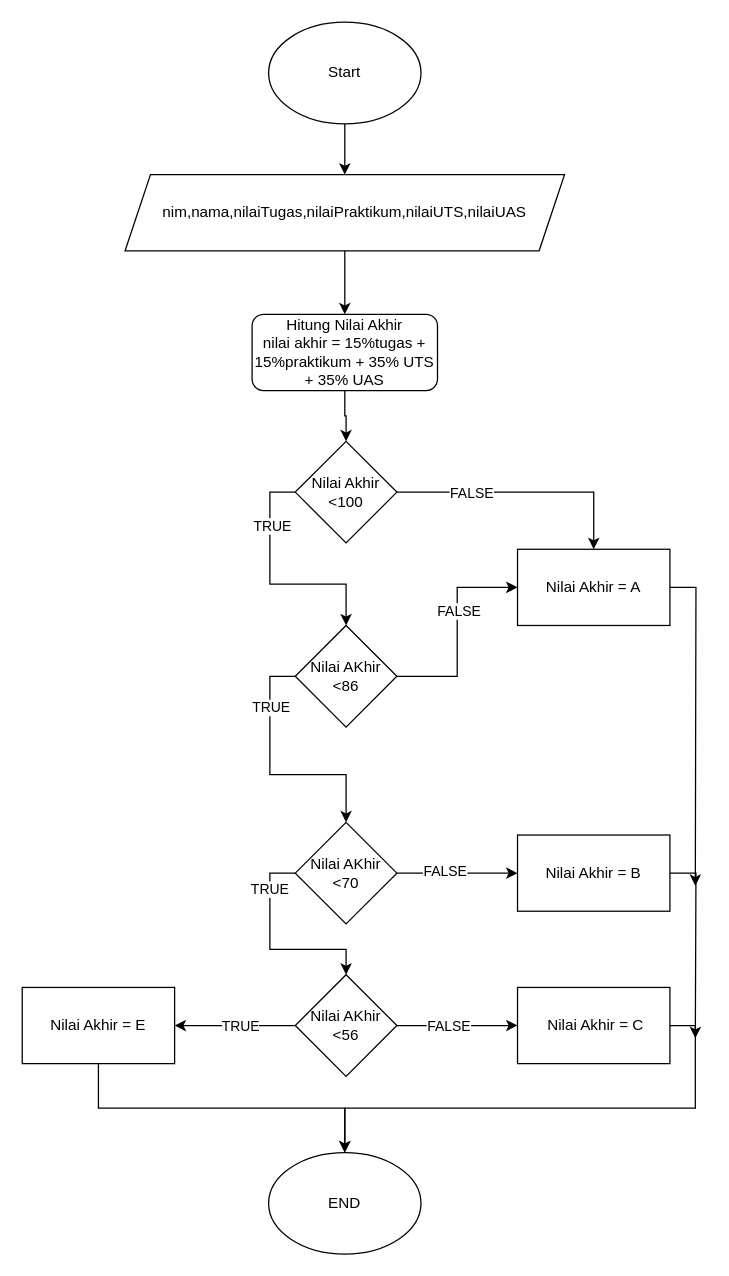
aboutdevz/classic keeps this draw.io diagram as Untitled Diagram.drawio. Above is the earlier version. Source tidied: cells renumbered, new cells numbered last; positions are measured from the earlier drawing's top-left corner, leaving out a move shared by most shapes. Both pictures are drawn from the tidied source at 127%, with x=0, y=0 at pixel (22, 22).
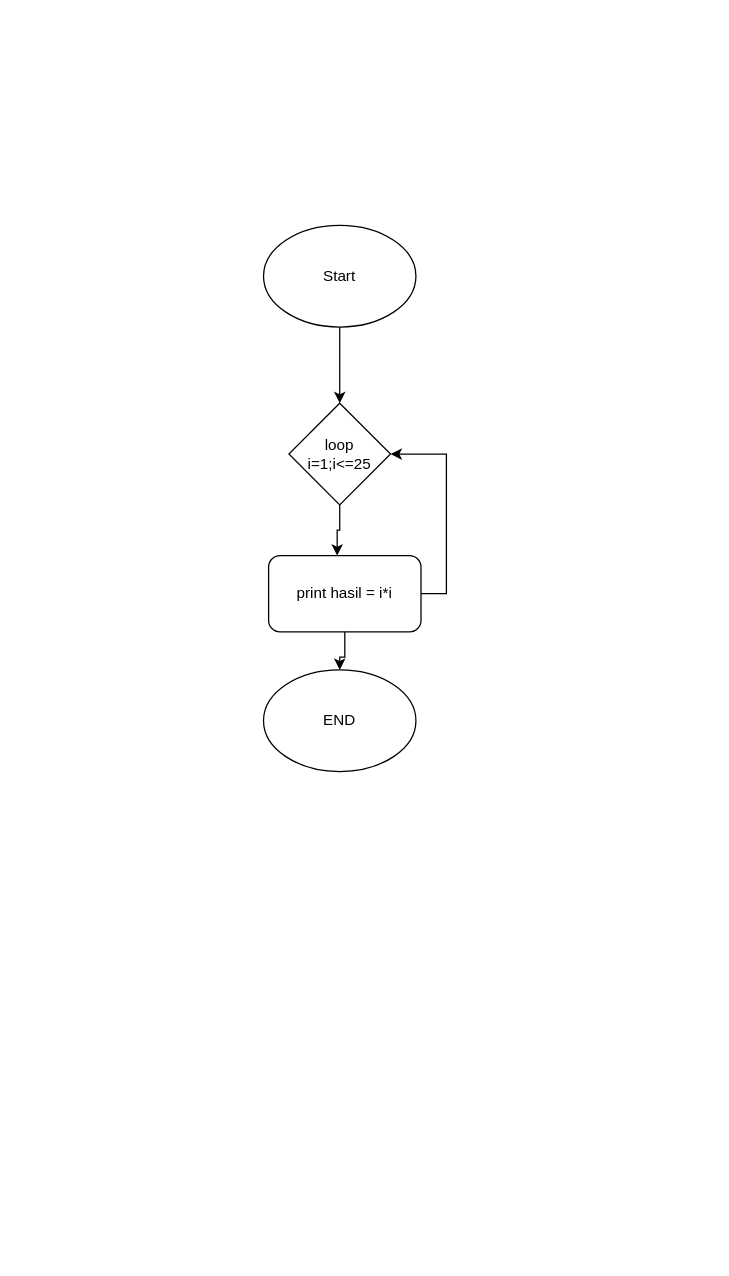
After the change.

The edit, as a diff of the source:
```diff
@@
-    <mxCell id="0" />
-    <mxCell id="1" parent="0" />
-    <mxCell id="2" style="edgeStyle=orthogonalEdgeStyle;rounded=0;jettySize=auto;html=1;exitX=0.5;exitY=1;exitDx=0;exitDy=0;entryX=0.5;entryY=0;entryDx=0;entryDy=0;" parent="1" edge="1" source="3" target="5">
-      <mxGeometry relative="1" as="geometry" />
-    </mxCell>
+    <mxCell id="37" />
+    <mxCell id="38" parent="37" />
+    <mxCell id="39" style="edgeStyle=orthogonalEdgeStyle;rounded=0;jettySize=auto;html=1;exitX=0.5;exitY=1;exitDx=0;exitDy=0;entryX=0.5;entryY=0;entryDx=0;entryDy=0;" parent="38" edge="1" source="3" target="41">
+      <mxGeometry relative="1" as="geometry" />
+    </mxCell>
-    <mxCell id="3" value="Start" style="ellipse;whiteSpace=wrap;html=1;" parent="1" vertex="1">
-      <mxGeometry x="194" width="120" height="80" as="geometry" />
+    <mxCell id="3" value="Start" style="ellipse;whiteSpace=wrap;html=1;" parent="38" vertex="1">
+      <mxGeometry x="190" y="160" width="120" height="80" as="geometry" />
     </mxCell>
-    <mxCell id="4" style="edgeStyle=orthogonalEdgeStyle;rounded=0;jettySize=auto;html=1;exitX=0.5;exitY=1;exitDx=0;exitDy=0;entryX=0.5;entryY=0;entryDx=0;entryDy=0;" parent="1" edge="1" source="5" target="7">
-      <mxGeometry relative="1" as="geometry" />
-    </mxCell>
-    <mxCell id="5" value="nim,nama,nilaiTugas,nilaiPraktikum,nilaiUTS,nilaiUAS" style="shape=parallelogram;perimeter=parallelogramPerimeter;html=1;fixedSize=1;whiteSpace=wrap;" parent="1" vertex="1">
-      <mxGeometry x="81" y="120" width="346" height="60" as="geometry" />
-    </mxCell>
-    <mxCell id="6" style="edgeStyle=orthogonalEdgeStyle;rounded=0;jettySize=auto;html=1;exitX=0.5;exitY=1;exitDx=0;exitDy=0;entryX=0.5;entryY=0;entryDx=0;entryDy=0;" parent="1" edge="1" source="7" target="12">
-      <mxGeometry relative="1" as="geometry" />
-    </mxCell>
-    <mxCell id="7" value="Hitung Nilai Akhir&lt;br&gt;nilai akhir = 15%tugas + 15%praktikum + 35% UTS + 35% UAS" style="rounded=1;whiteSpace=wrap;html=1;" parent="1" vertex="1">
-      <mxGeometry x="181" y="230" width="146" height="60" as="geometry" />
-    </mxCell>
-    <mxCell id="8" style="edgeStyle=orthogonalEdgeStyle;rounded=0;jettySize=auto;html=1;exitX=0;exitY=0.5;exitDx=0;exitDy=0;entryX=0.5;entryY=0;entryDx=0;entryDy=0;" parent="1" edge="1" source="12" target="17">
-      <mxGeometry relative="1" as="geometry" />
-    </mxCell>
-    <mxCell id="9" value="TRUE" style="edgeLabel;html=1;align=center;verticalAlign=middle;" parent="8" vertex="1">
-      <mxGeometry x="-0.5" y="1" relative="1" as="geometry" />
-    </mxCell>
-    <mxCell id="10" style="edgeStyle=orthogonalEdgeStyle;rounded=0;jettySize=auto;html=1;exitX=1;exitY=0.5;exitDx=0;exitDy=0;entryX=0.5;entryY=0;entryDx=0;entryDy=0;" parent="1" edge="1" source="12" target="29">
-      <mxGeometry relative="1" as="geometry" />
-    </mxCell>
-    <mxCell id="11" value="FALSE" style="edgeLabel;html=1;align=center;verticalAlign=middle;" parent="10" vertex="1">
-      <mxGeometry x="-0.42" relative="1" as="geometry" />
-    </mxCell>
-    <mxCell id="12" value="Nilai Akhir &amp;lt;100" style="rhombus;whiteSpace=wrap;html=1;" parent="1" vertex="1">
-      <mxGeometry x="215" y="330" width="80" height="80" as="geometry" />
-    </mxCell>
-    <mxCell id="13" style="edgeStyle=orthogonalEdgeStyle;rounded=0;jettySize=auto;html=1;exitX=0;exitY=0.5;exitDx=0;exitDy=0;entryX=0.5;entryY=0;entryDx=0;entryDy=0;" parent="1" edge="1" source="17" target="27">
-      <mxGeometry relative="1" as="geometry" />
-    </mxCell>
-    <mxCell id="14" value="TRUE" style="edgeLabel;html=1;align=center;verticalAlign=middle;" parent="13" vertex="1">
-      <mxGeometry x="-0.55" relative="1" as="geometry" />
-    </mxCell>
-    <mxCell id="15" style="edgeStyle=orthogonalEdgeStyle;rounded=0;jettySize=auto;html=1;exitX=1;exitY=0.5;exitDx=0;exitDy=0;entryX=0;entryY=0.5;entryDx=0;entryDy=0;" parent="1" edge="1" source="17" target="29">
-      <mxGeometry relative="1" as="geometry" />
-    </mxCell>
-    <mxCell id="16" value="FALSE" style="edgeLabel;html=1;align=center;verticalAlign=middle;" parent="15" vertex="1">
-      <mxGeometry x="0.21" relative="1" as="geometry">
-        <mxPoint x="1" y="1" as="offset" />
-      </mxGeometry>
-    </mxCell>
-    <mxCell id="17" value="Nilai AKhir &amp;lt;86" style="rhombus;whiteSpace=wrap;html=1;" parent="1" vertex="1">
-      <mxGeometry x="215" y="475" width="80" height="80" as="geometry" />
-    </mxCell>
-    <mxCell id="18" style="edgeStyle=orthogonalEdgeStyle;rounded=0;jettySize=auto;html=1;exitX=1;exitY=0.5;exitDx=0;exitDy=0;entryX=0;entryY=0.5;entryDx=0;entryDy=0;" parent="1" edge="1" source="22" target="33">
-      <mxGeometry relative="1" as="geometry" />
-    </mxCell>
-    <mxCell id="19" value="FALSE" style="edgeLabel;html=1;align=center;verticalAlign=middle;" parent="18" vertex="1">
-      <mxGeometry x="-0.15" relative="1" as="geometry" />
-    </mxCell>
-    <mxCell id="20" style="edgeStyle=orthogonalEdgeStyle;rounded=0;jettySize=auto;html=1;exitX=0;exitY=0.5;exitDx=0;exitDy=0;entryX=1;entryY=0.5;entryDx=0;entryDy=0;" parent="1" edge="1" source="22" target="35">
-      <mxGeometry relative="1" as="geometry" />
-    </mxCell>
-    <mxCell id="21" value="TRUE" style="edgeLabel;html=1;align=center;verticalAlign=middle;" parent="20" vertex="1">
-      <mxGeometry x="-0.08" relative="1" as="geometry" />
-    </mxCell>
-    <mxCell id="22" value="Nilai AKhir &amp;lt;56" style="rhombus;whiteSpace=wrap;html=1;" parent="1" vertex="1">
-      <mxGeometry x="215" y="750" width="80" height="80" as="geometry" />
-    </mxCell>
-    <mxCell id="23" style="edgeStyle=orthogonalEdgeStyle;rounded=0;jettySize=auto;html=1;exitX=0;exitY=0.5;exitDx=0;exitDy=0;entryX=0.5;entryY=0;entryDx=0;entryDy=0;" parent="1" edge="1" source="27" target="22">
-      <mxGeometry relative="1" as="geometry" />
-    </mxCell>
-    <mxCell id="24" value="TRUE" style="edgeLabel;html=1;align=center;verticalAlign=middle;" parent="23" vertex="1">
-      <mxGeometry x="-0.6" y="-1" relative="1" as="geometry" />
-    </mxCell>
-    <mxCell id="25" style="edgeStyle=orthogonalEdgeStyle;rounded=0;jettySize=auto;html=1;exitX=1;exitY=0.5;exitDx=0;exitDy=0;entryX=0;entryY=0.5;entryDx=0;entryDy=0;" parent="1" edge="1" source="27" target="31">
-      <mxGeometry relative="1" as="geometry" />
-    </mxCell>
-    <mxCell id="26" value="FALSE" style="edgeLabel;html=1;align=center;verticalAlign=middle;" parent="25" vertex="1">
-      <mxGeometry x="-0.22" y="2" relative="1" as="geometry" />
-    </mxCell>
-    <mxCell id="27" value="Nilai AKhir &amp;lt;70" style="rhombus;whiteSpace=wrap;html=1;" parent="1" vertex="1">
-      <mxGeometry x="215" y="630" width="80" height="80" as="geometry" />
-    </mxCell>
-    <mxCell id="28" style="edgeStyle=orthogonalEdgeStyle;rounded=0;jettySize=auto;html=1;exitX=1;exitY=0.5;exitDx=0;exitDy=0;" parent="1" edge="1" source="29">
-      <mxGeometry relative="1" as="geometry">
-        <mxPoint x="530" y="680" as="targetPoint" />
-      </mxGeometry>
-    </mxCell>
-    <mxCell id="29" value="Nilai Akhir = A" style="rounded=0;whiteSpace=wrap;html=1;" parent="1" vertex="1">
-      <mxGeometry x="390" y="415" width="120" height="60" as="geometry" />
-    </mxCell>
-    <mxCell id="30" style="edgeStyle=orthogonalEdgeStyle;rounded=0;jettySize=auto;html=1;exitX=1;exitY=0.5;exitDx=0;exitDy=0;" parent="1" edge="1" source="31">
-      <mxGeometry relative="1" as="geometry">
-        <mxPoint x="530" y="800" as="targetPoint" />
-      </mxGeometry>
-    </mxCell>
-    <mxCell id="31" value="Nilai Akhir = B" style="rounded=0;whiteSpace=wrap;html=1;" parent="1" vertex="1">
-      <mxGeometry x="390" y="640" width="120" height="60" as="geometry" />
-    </mxCell>
-    <mxCell id="32" style="edgeStyle=orthogonalEdgeStyle;rounded=0;jettySize=auto;html=1;exitX=1;exitY=0.5;exitDx=0;exitDy=0;entryX=0.5;entryY=0;entryDx=0;entryDy=0;" parent="1" edge="1" source="33" target="36">
-      <mxGeometry relative="1" as="geometry" />
-    </mxCell>
-    <mxCell id="33" value="&amp;nbsp;Nilai Akhir = C" style="rounded=0;whiteSpace=wrap;html=1;" parent="1" vertex="1">
-      <mxGeometry x="390" y="760" width="120" height="60" as="geometry" />
-    </mxCell>
-    <mxCell id="34" style="edgeStyle=orthogonalEdgeStyle;rounded=0;jettySize=auto;html=1;exitX=0.5;exitY=1;exitDx=0;exitDy=0;entryX=0.5;entryY=0;entryDx=0;entryDy=0;" parent="1" edge="1" source="35" target="36">
-      <mxGeometry relative="1" as="geometry" />
-    </mxCell>
-    <mxCell id="35" value="Nilai Akhir = E" style="rounded=0;whiteSpace=wrap;html=1;" parent="1" vertex="1">
-      <mxGeometry y="760" width="120" height="60" as="geometry" />
-    </mxCell>
+    <mxCell id="40" style="edgeStyle=orthogonalEdgeStyle;rounded=0;jettySize=auto;html=1;exitX=0.5;exitY=1;exitDx=0;exitDy=0;entryX=0.45;entryY=0;entryDx=0;entryDy=0;entryPerimeter=0;" parent="38" edge="1" source="41" target="44">
+      <mxGeometry relative="1" as="geometry" />
+    </mxCell>
+    <mxCell id="41" value="loop&lt;br&gt;i=1;i&amp;lt;=25" style="rhombus;whiteSpace=wrap;html=1;" parent="38" vertex="1">
+      <mxGeometry x="210" y="300" width="80" height="80" as="geometry" />
+    </mxCell>
+    <mxCell id="42" style="edgeStyle=orthogonalEdgeStyle;rounded=0;jettySize=auto;html=1;exitX=1;exitY=0.5;exitDx=0;exitDy=0;entryX=1;entryY=0.5;entryDx=0;entryDy=0;" parent="38" edge="1" source="44" target="41">
+      <mxGeometry relative="1" as="geometry" />
+    </mxCell>
+    <mxCell id="43" style="edgeStyle=orthogonalEdgeStyle;rounded=0;jettySize=auto;html=1;exitX=0.5;exitY=1;exitDx=0;exitDy=0;" parent="38" edge="1" source="44" target="36">
+      <mxGeometry relative="1" as="geometry" />
+    </mxCell>
+    <mxCell id="44" value="print hasil = i*i" style="rounded=1;whiteSpace=wrap;html=1;" parent="38" vertex="1">
+      <mxGeometry x="194" y="420" width="120" height="60" as="geometry" />
+    </mxCell>
-    <mxCell id="36" value="END" style="ellipse;whiteSpace=wrap;html=1;" parent="1" vertex="1">
-      <mxGeometry x="194" y="890" width="120" height="80" as="geometry" />
+    <mxCell id="36" value="END" style="ellipse;whiteSpace=wrap;html=1;" parent="38" vertex="1">
+      <mxGeometry x="190" y="510" width="120" height="80" as="geometry" />
     </mxCell>
```
